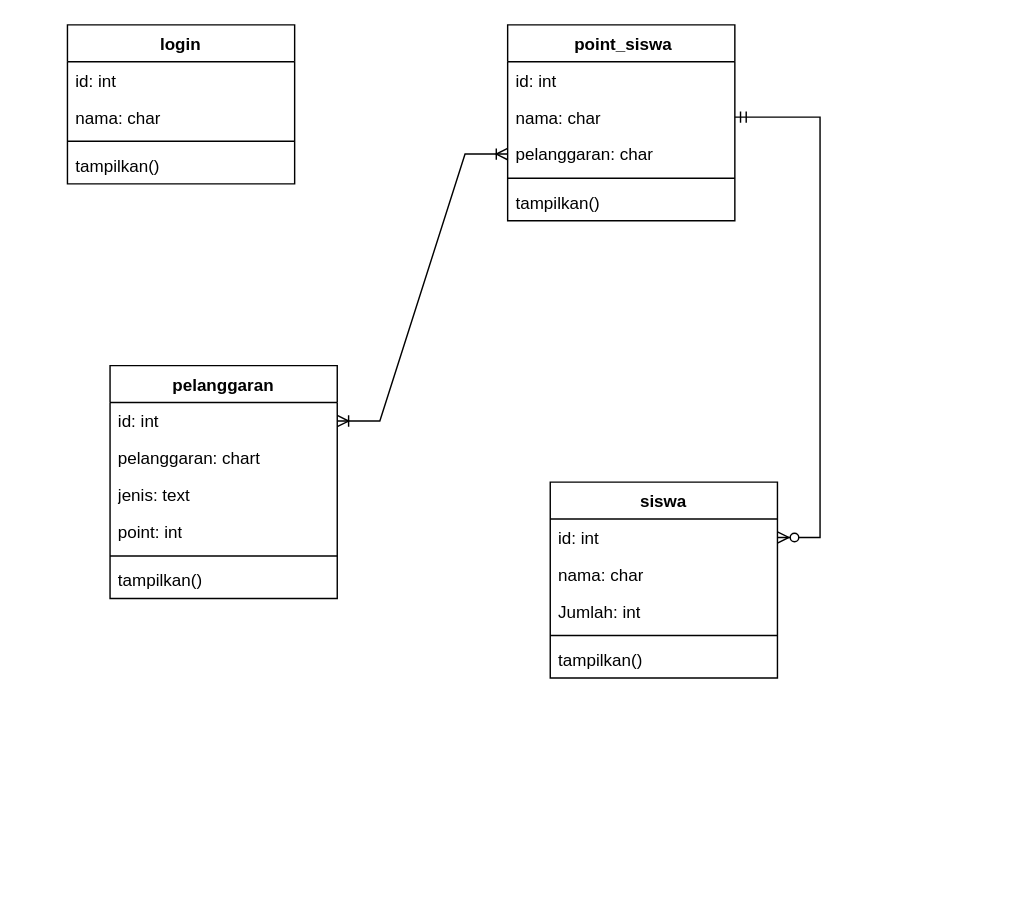
Before: classdiagrambukupoint.drawio in The-squad3/bukupoint-digital, a draw.io diagram. Source tidied: cells renumbered, new cells numbered last; positions are measured from the earlier drawing's top-left corner, leaving out a move shared by most shapes. Both pictures are drawn from the tidied source at 142%, with x=0, y=0 at pixel (67, 24).
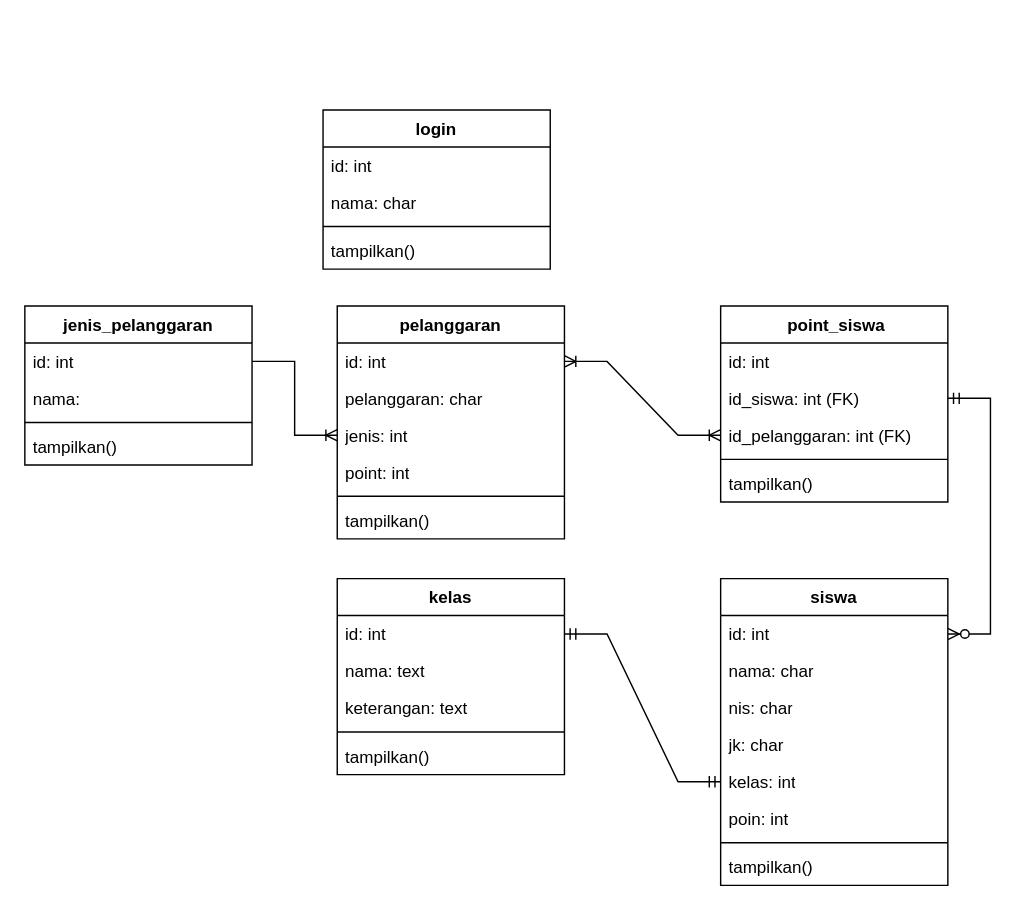
The same page after the edit.

Diff of the diagram source:
```diff
@@
     <mxCell id="2" value="login" style="swimlane;fontStyle=1;align=center;verticalAlign=top;horizontal=1;startSize=26;whiteSpace=wrap;html=1;" parent="1" vertex="1">
-      <mxGeometry width="160" height="112" as="geometry" />
+      <mxGeometry x="180" y="60" width="160" height="112" as="geometry" />
     </mxCell>
@@
     <mxCell id="7" value="&amp;nbsp;point_siswa" style="swimlane;fontStyle=1;align=center;verticalAlign=top;horizontal=1;startSize=26;whiteSpace=wrap;html=1;" parent="1" vertex="1">
-      <mxGeometry x="310" width="160" height="138" as="geometry" />
+      <mxGeometry x="460" y="198" width="160" height="138" as="geometry" />
     </mxCell>
@@
-    <mxCell id="9" value="nama: char" style="text;strokeColor=none;fillColor=none;align=left;verticalAlign=top;spacingLeft=4;spacingRight=4;overflow=hidden;points=[[0,0.5],[1,0.5]];portConstraint=eastwest;whiteSpace=wrap;html=1;" parent="7" vertex="1">
+    <mxCell id="9" value="id_siswa: int (FK)" style="text;strokeColor=none;fillColor=none;align=left;verticalAlign=top;spacingLeft=4;spacingRight=4;overflow=hidden;points=[[0,0.5],[1,0.5]];portConstraint=eastwest;whiteSpace=wrap;html=1;" parent="7" vertex="1">
       <mxGeometry y="52" width="160" height="26" as="geometry" />
     </mxCell>
-    <mxCell id="10" value="pelanggaran: char" style="text;strokeColor=none;fillColor=none;align=left;verticalAlign=top;spacingLeft=4;spacingRight=4;overflow=hidden;points=[[0,0.5],[1,0.5]];portConstraint=eastwest;whiteSpace=wrap;html=1;" parent="7" vertex="1">
+    <mxCell id="10" value="id_&lt;span style=&quot;background-color: initial;&quot;&gt;pelanggaran: int (FK)&lt;/span&gt;" style="text;strokeColor=none;fillColor=none;align=left;verticalAlign=top;spacingLeft=4;spacingRight=4;overflow=hidden;points=[[0,0.5],[1,0.5]];portConstraint=eastwest;whiteSpace=wrap;html=1;" parent="7" vertex="1">
       <mxGeometry y="78" width="160" height="26" as="geometry" />
     </mxCell>
@@
     <mxCell id="13" value="siswa&lt;div&gt;&lt;br&gt;&lt;/div&gt;" style="swimlane;fontStyle=1;align=center;verticalAlign=top;horizontal=1;startSize=26;whiteSpace=wrap;html=1;" parent="1" vertex="1">
-      <mxGeometry x="340" y="322" width="160" height="138" as="geometry" />
+      <mxGeometry x="460" y="390" width="160" height="216" as="geometry" />
     </mxCell>
@@
-    <mxCell id="16" value="Jumlah: int" style="text;strokeColor=none;fillColor=none;align=left;verticalAlign=top;spacingLeft=4;spacingRight=4;overflow=hidden;whiteSpace=wrap;html=1;" parent="13" vertex="1">
+    <mxCell id="16" value="nis: char" style="text;strokeColor=none;fillColor=none;align=left;verticalAlign=top;spacingLeft=4;spacingRight=4;overflow=hidden;whiteSpace=wrap;html=1;" parent="13" vertex="1">
       <mxGeometry y="78" width="160" height="26" as="geometry" />
     </mxCell>
+    <mxCell id="28" value="jk: char" style="text;strokeColor=none;fillColor=none;align=left;verticalAlign=top;spacingLeft=4;spacingRight=4;overflow=hidden;whiteSpace=wrap;html=1;" parent="13" vertex="1">
+      <mxGeometry y="104" width="160" height="26" as="geometry" />
+    </mxCell>
+    <mxCell id="29" value="kelas: int" style="text;strokeColor=none;fillColor=none;align=left;verticalAlign=top;spacingLeft=4;spacingRight=4;overflow=hidden;points=[[0,0.5],[1,0.5]];portConstraint=eastwest;whiteSpace=wrap;html=1;" parent="13" vertex="1">
+      <mxGeometry y="130" width="160" height="26" as="geometry" />
+    </mxCell>
+    <mxCell id="30" value="poin: int" style="text;strokeColor=none;fillColor=none;align=left;verticalAlign=top;spacingLeft=4;spacingRight=4;overflow=hidden;whiteSpace=wrap;html=1;" parent="13" vertex="1">
+      <mxGeometry y="156" width="160" height="26" as="geometry" />
+    </mxCell>
     <mxCell id="17" style="line;strokeWidth=1;fillColor=none;align=left;verticalAlign=middle;spacingTop=-1;spacingLeft=3;spacingRight=3;labelPosition=right;strokeColor=inherit;" parent="13" vertex="1">
-      <mxGeometry y="104" width="160" height="8" as="geometry" />
+      <mxGeometry y="182" width="160" height="8" as="geometry" />
     </mxCell>
     <mxCell id="18" value="tampilkan()" style="text;strokeColor=none;fillColor=none;align=left;verticalAlign=top;spacingLeft=4;spacingRight=4;overflow=hidden;whiteSpace=wrap;html=1;" parent="13" vertex="1">
-      <mxGeometry y="112" width="160" height="26" as="geometry" />
+      <mxGeometry y="190" width="160" height="26" as="geometry" />
     </mxCell>
     <mxCell id="19" value="pelanggaran&lt;div&gt;&lt;br&gt;&lt;/div&gt;" style="swimlane;fontStyle=1;align=center;verticalAlign=top;horizontal=1;startSize=26;whiteSpace=wrap;html=1;" parent="1" vertex="1">
-      <mxGeometry x="30" y="240" width="160" height="164" as="geometry" />
+      <mxGeometry x="190" y="198" width="160" height="164" as="geometry" />
     </mxCell>
@@
-    <mxCell id="21" value="pelanggaran: chart" style="text;strokeColor=none;fillColor=none;align=left;verticalAlign=top;spacingLeft=4;spacingRight=4;overflow=hidden;whiteSpace=wrap;html=1;" parent="19" vertex="1">
+    <mxCell id="21" value="pelanggaran: char" style="text;strokeColor=none;fillColor=none;align=left;verticalAlign=top;spacingLeft=4;spacingRight=4;overflow=hidden;whiteSpace=wrap;html=1;" parent="19" vertex="1">
       <mxGeometry y="52" width="160" height="26" as="geometry" />
     </mxCell>
-    <mxCell id="22" value="jenis: text" style="text;strokeColor=none;fillColor=none;align=left;verticalAlign=top;spacingLeft=4;spacingRight=4;overflow=hidden;points=[[0,0.5],[1,0.5]];portConstraint=eastwest;whiteSpace=wrap;html=1;" parent="19" vertex="1">
+    <mxCell id="22" value="jenis: int" style="text;strokeColor=none;fillColor=none;align=left;verticalAlign=top;spacingLeft=4;spacingRight=4;overflow=hidden;points=[[0,0.5],[1,0.5]];portConstraint=eastwest;whiteSpace=wrap;html=1;" parent="19" vertex="1">
       <mxGeometry y="78" width="160" height="26" as="geometry" />
     </mxCell>
@@
+    <mxCell id="31" value="&lt;div&gt;kelas&lt;/div&gt;" style="swimlane;fontStyle=1;align=center;verticalAlign=top;horizontal=1;startSize=26;whiteSpace=wrap;html=1;" parent="1" vertex="1">
+      <mxGeometry x="190" y="390" width="160" height="138" as="geometry" />
+    </mxCell>
+    <mxCell id="32" value="id: int" style="text;strokeColor=none;fillColor=none;align=left;verticalAlign=top;spacingLeft=4;spacingRight=4;overflow=hidden;points=[[0,0.5],[1,0.5]];portConstraint=eastwest;whiteSpace=wrap;html=1;" parent="31" vertex="1">
+      <mxGeometry y="26" width="160" height="26" as="geometry" />
+    </mxCell>
+    <mxCell id="33" value="nama: text" style="text;strokeColor=none;fillColor=none;align=left;verticalAlign=top;spacingLeft=4;spacingRight=4;overflow=hidden;whiteSpace=wrap;html=1;" parent="31" vertex="1">
+      <mxGeometry y="52" width="160" height="26" as="geometry" />
+    </mxCell>
+    <mxCell id="34" value="keterangan: text" style="text;strokeColor=none;fillColor=none;align=left;verticalAlign=top;spacingLeft=4;spacingRight=4;overflow=hidden;whiteSpace=wrap;html=1;" parent="31" vertex="1">
+      <mxGeometry y="78" width="160" height="26" as="geometry" />
+    </mxCell>
+    <mxCell id="35" style="line;strokeWidth=1;fillColor=none;align=left;verticalAlign=middle;spacingTop=-1;spacingLeft=3;spacingRight=3;labelPosition=right;strokeColor=inherit;" parent="31" vertex="1">
+      <mxGeometry y="104" width="160" height="8" as="geometry" />
+    </mxCell>
+    <mxCell id="36" value="tampilkan()" style="text;strokeColor=none;fillColor=none;align=left;verticalAlign=top;spacingLeft=4;spacingRight=4;overflow=hidden;whiteSpace=wrap;html=1;" parent="31" vertex="1">
+      <mxGeometry y="112" width="160" height="26" as="geometry" />
+    </mxCell>
+    <mxCell id="37" style="edgeStyle=entityRelationEdgeStyle;fontSize=12;html=1;endArrow=ERmandOne;startArrow=ERmandOne;rounded=0;exitX=1;exitY=0.5;exitDx=0;exitDy=0;entryX=0;entryY=0.5;entryDx=0;entryDy=0;" parent="1" edge="1" source="32" target="29">
+      <mxGeometry relative="1" as="geometry" />
+    </mxCell>
+    <mxCell id="38" value="&lt;div&gt;jenis_pelanggaran&lt;/div&gt;" style="swimlane;fontStyle=1;align=center;verticalAlign=top;horizontal=1;startSize=26;whiteSpace=wrap;html=1;" parent="1" vertex="1">
+      <mxGeometry x="-30" y="198" width="160" height="112" as="geometry" />
+    </mxCell>
+    <mxCell id="39" value="id: int" style="text;strokeColor=none;fillColor=none;align=left;verticalAlign=top;spacingLeft=4;spacingRight=4;overflow=hidden;points=[[0,0.5],[1,0.5]];portConstraint=eastwest;whiteSpace=wrap;html=1;" parent="38" vertex="1">
+      <mxGeometry y="26" width="160" height="26" as="geometry" />
+    </mxCell>
+    <mxCell id="40" value="nama:&amp;nbsp;" style="text;strokeColor=none;fillColor=none;align=left;verticalAlign=top;spacingLeft=4;spacingRight=4;overflow=hidden;whiteSpace=wrap;html=1;" parent="38" vertex="1">
+      <mxGeometry y="52" width="160" height="26" as="geometry" />
+    </mxCell>
+    <mxCell id="41" style="line;strokeWidth=1;fillColor=none;align=left;verticalAlign=middle;spacingTop=-1;spacingLeft=3;spacingRight=3;labelPosition=right;strokeColor=inherit;" parent="38" vertex="1">
+      <mxGeometry y="78" width="160" height="8" as="geometry" />
+    </mxCell>
+    <mxCell id="42" value="tampilkan()" style="text;strokeColor=none;fillColor=none;align=left;verticalAlign=top;spacingLeft=4;spacingRight=4;overflow=hidden;whiteSpace=wrap;html=1;" parent="38" vertex="1">
+      <mxGeometry y="86" width="160" height="26" as="geometry" />
+    </mxCell>
+    <mxCell id="43" style="edgeStyle=entityRelationEdgeStyle;fontSize=12;html=1;endArrow=ERoneToMany;rounded=0;exitX=1;exitY=0.5;exitDx=0;exitDy=0;entryX=0;entryY=0.5;entryDx=0;entryDy=0;" parent="1" edge="1" source="39" target="22">
+      <mxGeometry relative="1" as="geometry" />
+    </mxCell>
```
